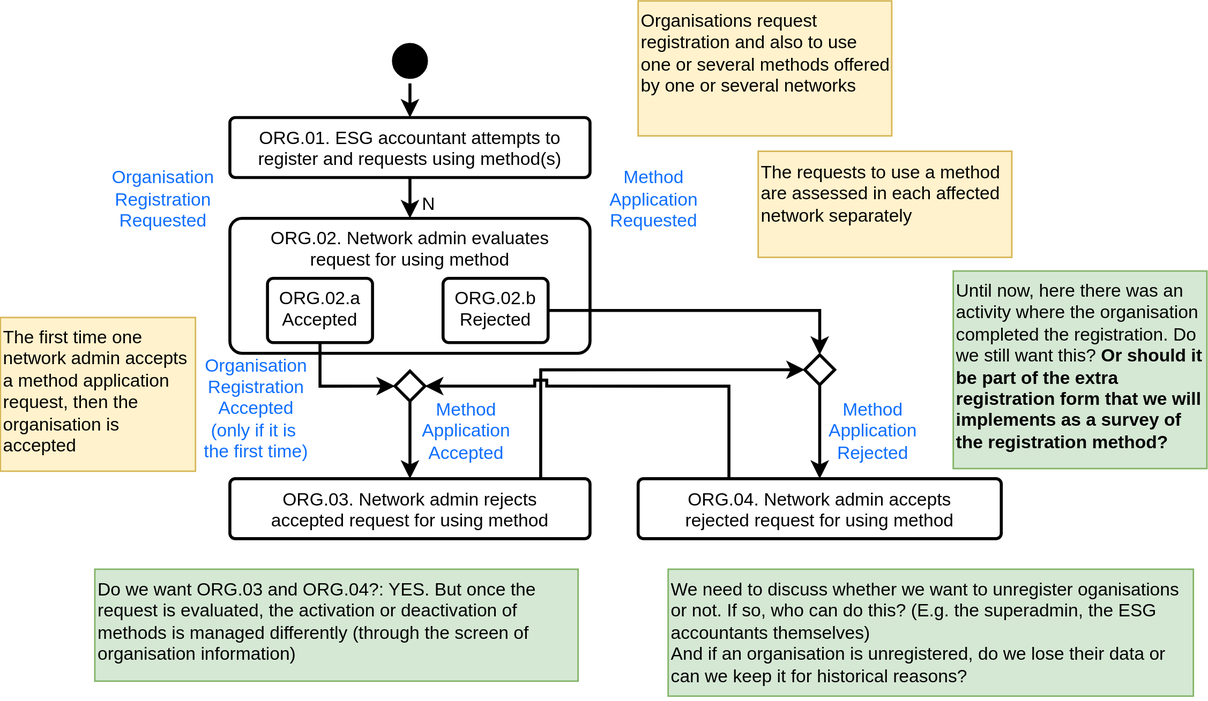
Show-your-Heart/ShowYourHeart-docs keeps this draw.io diagram as Process/ProcessORG.svg. Above is the earlier version. Source tidied: cells renumbered, new cells last; positions are measured from the earlier drawing's top-left corner, leaving out a move shared by most shapes.
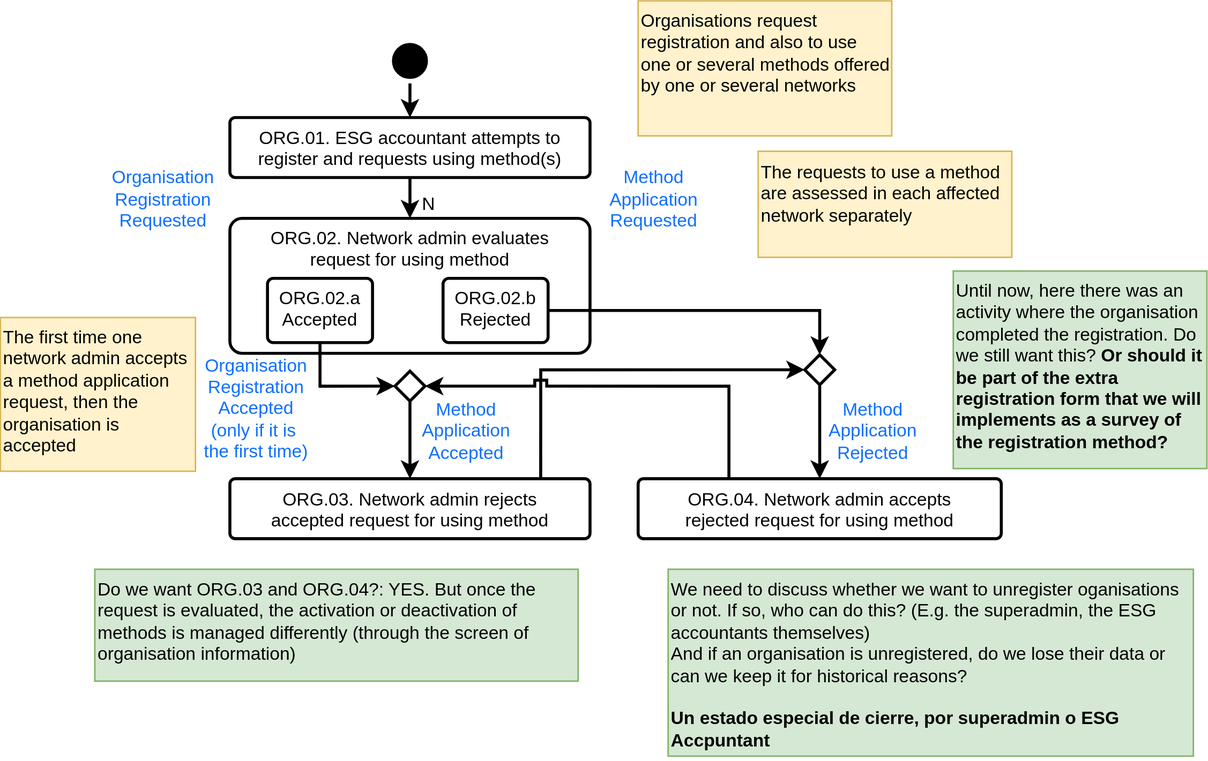
Above is the later version.

What changed in the source:
```diff
@@ -65,8 +65,8 @@
     <mxCell id="22" style="rhombus;whiteSpace=wrap;html=1;strokeWidth=2;" parent="1" vertex="1">
       <mxGeometry x="536" y="236.4" width="20" height="20" as="geometry" />
     </mxCell>
-    <mxCell id="23" value="&lt;div&gt;We need to discuss whether we want to unregister oganisations or not. If so, who can do this? (E.g. the superadmin, the&amp;nbsp;ESG accountants themselves)&amp;nbsp;&lt;/div&gt;&lt;div&gt;And if an organisation is unregistered, do we lose their data or can we keep it for historical reasons?&lt;/div&gt;&lt;div&gt;&lt;br&gt;&lt;/div&gt;&lt;div&gt;&lt;b&gt;UN estado especial de cierre&lt;/b&gt;&lt;br&gt;&lt;/div&gt;" style="text;html=1;whiteSpace=wrap;overflow=hidden;rounded=0;fillColor=#d5e8d4;strokeColor=#82b366;" parent="1" vertex="1">
-      <mxGeometry x="445" y="379.4" width="350" height="84.6" as="geometry" />
+    <mxCell id="23" value="&lt;div&gt;We need to discuss whether we want to unregister oganisations or not. If so, who can do this? (E.g. the superadmin, the&amp;nbsp;ESG accountants themselves)&amp;nbsp;&lt;/div&gt;&lt;div&gt;And if an organisation is unregistered, do we lose their data or can we keep it for historical reasons?&lt;/div&gt;&lt;div&gt;&lt;br&gt;&lt;/div&gt;&lt;div&gt;&lt;b&gt;Un estado especial de cierre, por superadmin o ESG Accpuntant&lt;/b&gt;&lt;br&gt;&lt;/div&gt;" style="text;html=1;whiteSpace=wrap;overflow=hidden;rounded=0;fillColor=#d5e8d4;strokeColor=#82b366;" parent="1" vertex="1">
+      <mxGeometry x="445" y="379.4" width="350" height="124.6" as="geometry" />
     </mxCell>
     <mxCell id="24" value="Until now, here there was an activity where the organisation completed the registration. Do we still want this? &lt;b&gt;Or should it be part of the extra registration form that we will implements as a survey of the registration method?&lt;/b&gt;" style="text;overflow=hidden;rounded=0;fillColor=#d5e8d4;strokeColor=#82b366;whiteSpace=wrap;html=1;" parent="1" vertex="1">
       <mxGeometry x="635" y="180.5" width="169" height="131.8" as="geometry" />
```
